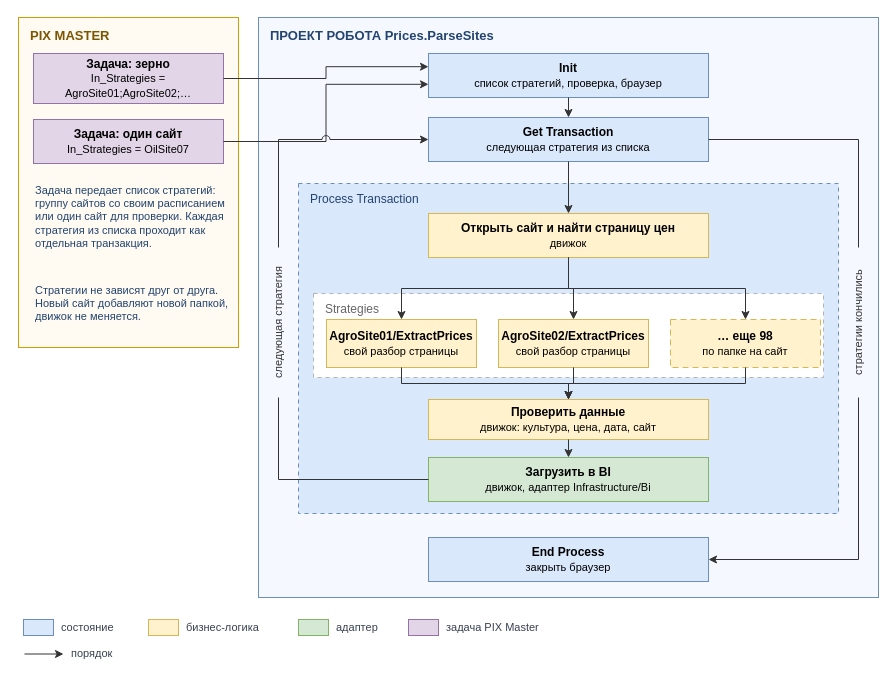
This is page "template / template-strategy" (7 of 10) of images/diagrams.drawio from TheMrDJek/PixRpaDevelopmentConventions, a draw.io file, before an edit. Source tidied: cells renumbered, new cells numbered last; positions are measured from the earlier drawing's top-left corner, leaving out a move shared by most shapes. Both pictures are drawn from the tidied source at 100%, with x=0, y=0 at pixel (18, 17).
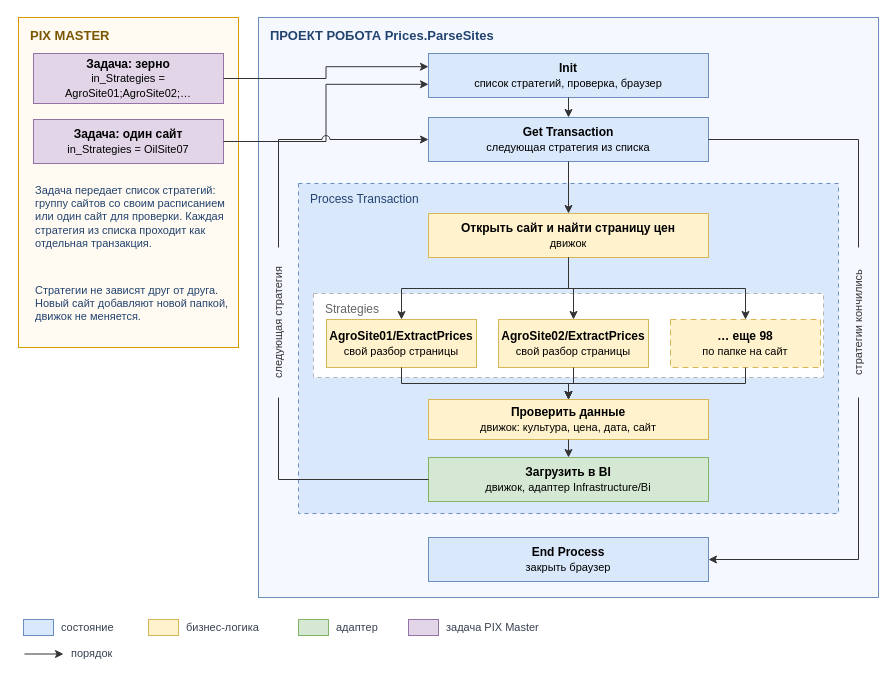
The same diagram, later.

Diff of the diagram source:
```diff
@@
-    <mxCell id="4" value="&lt;b&gt;Задача: зерно&lt;/b&gt;&lt;br&gt;&lt;font style=&quot;font-size:11px&quot;&gt;In_Strategies =&lt;br&gt;AgroSite01;AgroSite02;…&lt;/font&gt;" style="rounded=0;fillColor=#E1D5E7;strokeColor=#9673A6;strokeWidth=1;fontColor=#000000;fontSize=12;whiteSpace=wrap;html=1;fontFamily=Helvetica;" parent="1" vertex="1">
+    <mxCell id="4" value="&lt;b&gt;Задача: зерно&lt;/b&gt;&lt;br&gt;&lt;font style=&quot;font-size:11px&quot;&gt;in_Strategies =&lt;br&gt;AgroSite01;AgroSite02;…&lt;/font&gt;" style="rounded=0;fillColor=#E1D5E7;strokeColor=#9673A6;strokeWidth=1;fontColor=#000000;fontSize=12;whiteSpace=wrap;html=1;fontFamily=Helvetica;" parent="1" vertex="1">
       <mxGeometry x="15" y="36" width="190" height="50" as="geometry" />
     </mxCell>
-    <mxCell id="5" value="&lt;b&gt;Задача: один сайт&lt;/b&gt;&lt;br&gt;&lt;font style=&quot;font-size:11px&quot;&gt;In_Strategies = OilSite07&lt;/font&gt;" style="rounded=0;fillColor=#E1D5E7;strokeColor=#9673A6;strokeWidth=1;fontColor=#000000;fontSize=12;whiteSpace=wrap;html=1;fontFamily=Helvetica;" parent="1" vertex="1">
+    <mxCell id="5" value="&lt;b&gt;Задача: один сайт&lt;/b&gt;&lt;br&gt;&lt;font style=&quot;font-size:11px&quot;&gt;in_Strategies = OilSite07&lt;/font&gt;" style="rounded=0;fillColor=#E1D5E7;strokeColor=#9673A6;strokeWidth=1;fontColor=#000000;fontSize=12;whiteSpace=wrap;html=1;fontFamily=Helvetica;" parent="1" vertex="1">
       <mxGeometry x="15" y="102" width="190" height="44" as="geometry" />
     </mxCell>
```
